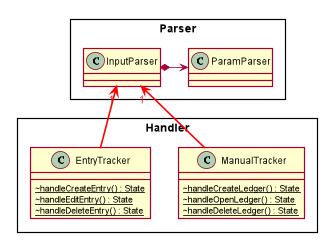
Above: docs/uml_images/manualTracker/images/Handler_Parser.png in nus-cs2113-AY2021S1/tp (PlantUML), before the change. Its source is kept beside it as docs/uml_images/manualTracker/Handler_Parser.puml. Its diagram source:
```plantuml
@startuml
skinparam classAttributeIconSize 0
skinparam BoxPadding 20
skinparam shadowing false


skinparam package<<Layout>> {
  borderColor Transparent
  backgroundColor Transparent
  fontColor Transparent
  stereotypeFontColor Transparent
}

rectangle Handler {
    class ManualTracker {
        ~ {static} handleCreateLedger() : State
        ~ {static} handleOpenLedger() : State
        ~ {static} handleDeleteLedger() : State
    }

    class EntryTracker {
        ~ {static} handleCreateEntry() : State
        ~ {static} handleEditEntry() : State
        ~ {static} handleDeleteEntry() : State
    }
}

rectangle Parser{
    class InputParser {
    }

    class ParamParser {
    }
    InputParser *-> ParamParser
    InputParser "1" <-[#red]- ManualTracker #line:red;line.bold;text:red

    InputParser "1" <-[#red]- EntryTracker  #line:red;line.bold;text:red
}
@enduml
```
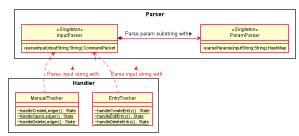
The same file after the commit.

Change to the diagram source:
```diff
@@ -1,4 +1,5 @@
 @startuml
+hide circle
 skinparam classAttributeIconSize 0
 skinparam BoxPadding 20
 skinparam shadowing false
@@ -26,14 +27,16 @@
 }
 
 rectangle Parser{
-    class InputParser {
+    class InputParser <<Singleton>> {
+        + parseInput(inputString:String):CommandPacket
     }
 
-    class ParamParser {
+    class ParamParser <<Singleton>> {
+        + parseParams(inputString:String):HashMap
     }
-    InputParser *-> ParamParser
-    InputParser "1" <-[#red]- ManualTracker #line:red;line.bold;text:red
+    InputParser *-> ParamParser : Parse param substring with >
+    InputParser "1" <-[#red]- ManualTracker #line:red;line.dashed;text:red : Parse input string with <
 
-    InputParser "1" <-[#red]- EntryTracker  #line:red;line.bold;text:red
+    InputParser "1" <-[#red]- EntryTracker  #line:red;line.dashed;text:red : Parse input string with <
 }
 @enduml
```
